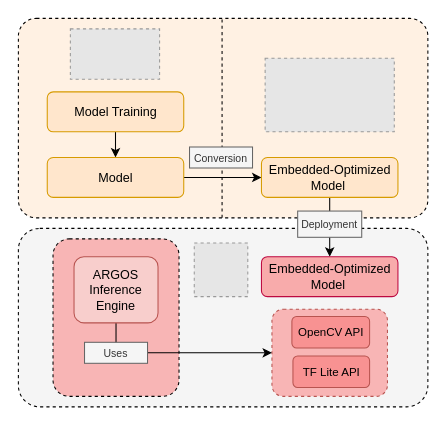
Before: page "Page-1" (1 of 2) of 2. Analysis/5. System Analysis/ML/model_conversion.drawio in esrg-silent-howl/argos, a draw.io diagram. Source tidied: cells renumbered, new cells numbered last; positions are measured from the earlier drawing's top-left corner, leaving out a move shared by most shapes. Both pictures are drawn from the tidied source at 105%, with x=0, y=0 at pixel (18, 18). Pictures stored in the file or linked from it are replaced by grey dashed boxes.
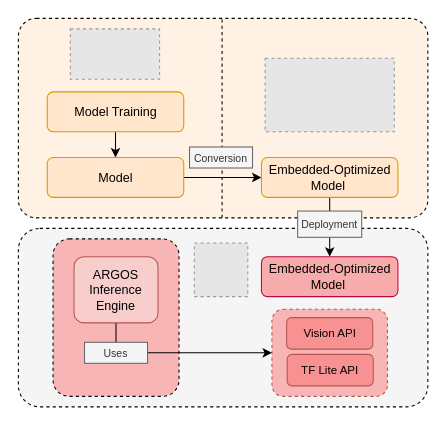
After the change.

The edit, as a diff of the source:
```diff
@@
     <mxCell id="22" value="&lt;font style=&quot;font-size: 11px&quot;&gt;TF Lite API&lt;/font&gt;" style="rounded=1;whiteSpace=wrap;html=1;fillColor=#F89292;strokeColor=#b85450;fontSize=12;" parent="1" vertex="1">
-      <mxGeometry x="261.5" y="321.5" width="73" height="30" as="geometry" />
+      <mxGeometry x="256" y="320" width="82" height="30" as="geometry" />
     </mxCell>
-    <mxCell id="23" value="&lt;font style=&quot;font-size: 11px&quot;&gt;OpenCV API&lt;/font&gt;" style="rounded=1;whiteSpace=wrap;html=1;fillColor=#F89292;strokeColor=#b85450;fontSize=12;" parent="1" vertex="1">
-      <mxGeometry x="260.5" y="284" width="74" height="30" as="geometry" />
+    <mxCell id="23" value="&lt;font style=&quot;font-size: 11px&quot;&gt;Vision API&lt;/font&gt;" style="rounded=1;whiteSpace=wrap;html=1;fillColor=#F89292;strokeColor=#b85450;fontSize=12;" parent="1" vertex="1">
+      <mxGeometry x="255.5" y="285" width="82" height="30" as="geometry" />
     </mxCell>
```
